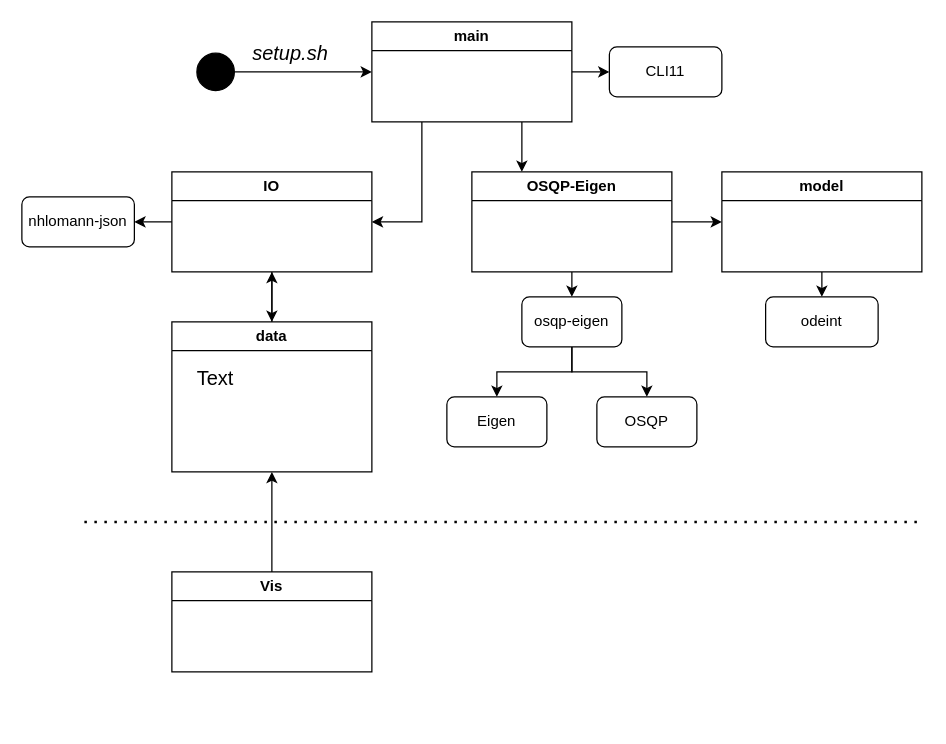
This is fig/module_diagram.drawio from gotvinne/Light-weight-MPC, a draw.io file, before an edit. Source tidied: cells renumbered, new cells numbered last; positions are measured from the earlier drawing's top-left corner, leaving out a move shared by most shapes. Both pictures are drawn from the tidied source at 125%, with x=0, y=0 at pixel (21, 21).
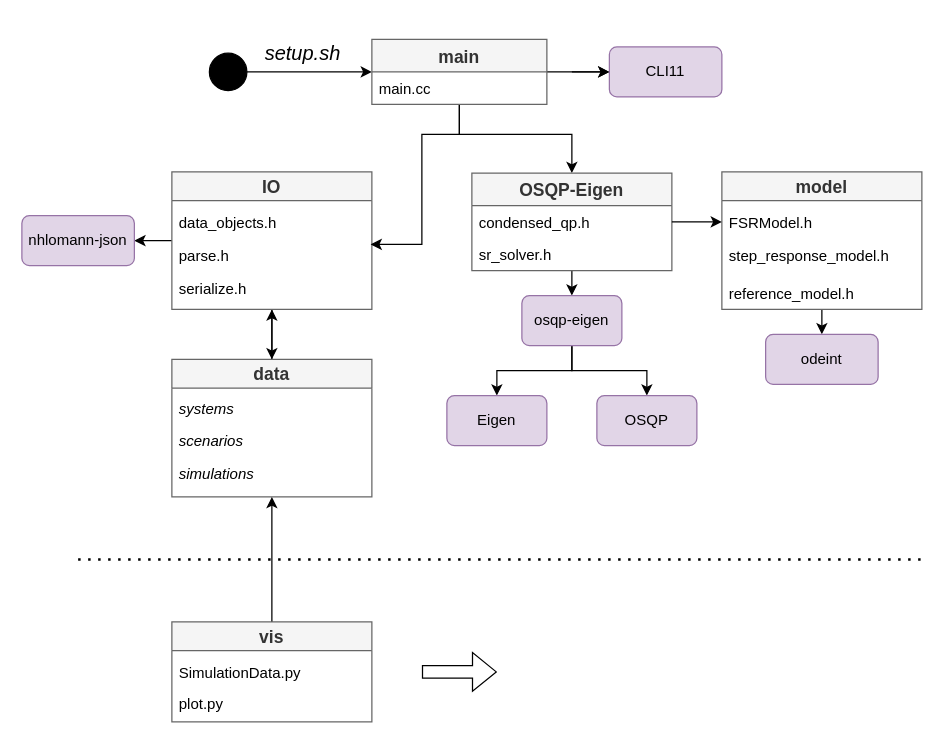
The same diagram, later.

Change to the diagram source:
```diff
@@
-    <mxCell id="3" value="data" style="swimlane;whiteSpace=wrap;html=1;" parent="1" vertex="1">
-      <mxGeometry x="120" y="240" width="160" height="120" as="geometry" />
+    <mxCell id="3" value="&lt;font style=&quot;font-size: 14px;&quot;&gt;data&lt;/font&gt;" style="swimlane;whiteSpace=wrap;html=1;fillColor=#f5f5f5;fontColor=#333333;strokeColor=#666666;" parent="1" vertex="1">
+      <mxGeometry x="120" y="270" width="160" height="110" as="geometry" />
     </mxCell>
-    <mxCell id="4" value="Text" style="text;html=1;strokeColor=none;fillColor=none;align=center;verticalAlign=middle;whiteSpace=wrap;rounded=0;fontSize=16;" parent="3" vertex="1">
-      <mxGeometry x="5" y="30" width="60" height="30" as="geometry" />
-    </mxCell>
+    <mxCell id="31" value="systems" style="text;strokeColor=none;fillColor=none;align=left;verticalAlign=top;spacingLeft=4;spacingRight=4;overflow=hidden;fontSize=12;fontStyle=2;" parent="3" vertex="1">
+      <mxGeometry y="26" width="160" height="26" as="geometry" />
+    </mxCell>
+    <mxCell id="32" value="scenarios" style="text;strokeColor=none;fillColor=none;align=left;verticalAlign=top;spacingLeft=4;spacingRight=4;overflow=hidden;fontSize=12;fontStyle=2;" parent="3" vertex="1">
+      <mxGeometry y="52" width="160" height="26" as="geometry" />
+    </mxCell>
+    <mxCell id="33" value="simulations" style="text;strokeColor=none;fillColor=none;align=left;verticalAlign=top;spacingLeft=4;spacingRight=4;overflow=hidden;fontSize=12;fontStyle=2;" parent="3" vertex="1">
+      <mxGeometry y="78" width="160" height="26" as="geometry" />
+    </mxCell>
@@
-    <mxCell id="7" value="IO" style="swimlane;whiteSpace=wrap;html=1;" parent="1" vertex="1">
-      <mxGeometry x="120" y="120" width="160" height="80" as="geometry" />
+    <mxCell id="7" value="&lt;font style=&quot;font-size: 14px;&quot;&gt;IO&lt;/font&gt;" style="swimlane;whiteSpace=wrap;html=1;fillColor=#f5f5f5;fontColor=#333333;strokeColor=#666666;" parent="1" vertex="1">
+      <mxGeometry x="120" y="120" width="160" height="110" as="geometry" />
     </mxCell>
+    <mxCell id="34" value="data_objects.h" style="text;strokeColor=none;fillColor=none;align=left;verticalAlign=top;spacingLeft=4;spacingRight=4;overflow=hidden;fontSize=12;" parent="7" vertex="1">
+      <mxGeometry y="27" width="160" height="26" as="geometry" />
+    </mxCell>
+    <mxCell id="35" value="parse.h&#10;" style="text;strokeColor=none;fillColor=none;align=left;verticalAlign=top;spacingLeft=4;spacingRight=4;overflow=hidden;points=[[0,0.5],[1,0.5]];portConstraint=eastwest;fontSize=12;" parent="7" vertex="1">
+      <mxGeometry y="54" width="160" height="26" as="geometry" />
+    </mxCell>
+    <mxCell id="36" value="serialize.h" style="text;strokeColor=none;fillColor=none;align=left;verticalAlign=top;spacingLeft=4;spacingRight=4;overflow=hidden;fontSize=12;" parent="7" vertex="1">
+      <mxGeometry y="80" width="160" height="26" as="geometry" />
+    </mxCell>
@@
-    <mxCell id="9" value="Vis" style="swimlane;whiteSpace=wrap;html=1;" parent="1" vertex="1">
-      <mxGeometry x="120" y="440" width="160" height="80" as="geometry" />
+    <mxCell id="9" value="&lt;font style=&quot;font-size: 14px;&quot;&gt;vis&lt;/font&gt;" style="swimlane;whiteSpace=wrap;html=1;fillColor=#f5f5f5;fontColor=#333333;strokeColor=#666666;" parent="1" vertex="1">
+      <mxGeometry x="120" y="480" width="160" height="80" as="geometry" />
     </mxCell>
-    <mxCell id="10" style="edgeStyle=orthogonalEdgeStyle;rounded=0;jettySize=auto;html=1;exitX=1;exitY=0.5;exitDx=0;exitDy=0;entryX=0;entryY=0.5;entryDx=0;entryDy=0;fontSize=16;" parent="1" edge="1" source="12" target="14">
-      <mxGeometry relative="1" as="geometry" />
-    </mxCell>
+    <mxCell id="37" value="SimulationData.py" style="text;strokeColor=none;fillColor=none;align=left;verticalAlign=top;spacingLeft=4;spacingRight=4;overflow=hidden;fontSize=12;" parent="9" vertex="1">
+      <mxGeometry y="27" width="160" height="26" as="geometry" />
+    </mxCell>
+    <mxCell id="38" value="plot.py" style="text;strokeColor=none;fillColor=none;align=left;verticalAlign=top;spacingLeft=4;spacingRight=4;overflow=hidden;fontSize=12;" parent="9" vertex="1">
+      <mxGeometry y="52" width="160" height="26" as="geometry" />
+    </mxCell>
-    <mxCell id="11" style="edgeStyle=orthogonalEdgeStyle;rounded=0;jettySize=auto;html=1;exitX=0.5;exitY=1;exitDx=0;exitDy=0;entryX=0.5;entryY=0;entryDx=0;entryDy=0;fontSize=16;" parent="1" edge="1" source="12" target="18">
-      <mxGeometry relative="1" as="geometry" />
+    <mxCell id="11" style="edgeStyle=orthogonalEdgeStyle;rounded=0;jettySize=auto;html=1;exitX=0.5;exitY=1;exitDx=0;exitDy=0;entryX=0.5;entryY=0;entryDx=0;entryDy=0;fontSize=16;" parent="1" edge="1" target="18">
+      <mxGeometry relative="1" as="geometry">
+        <mxPoint x="440" y="199" as="sourcePoint" />
+      </mxGeometry>
     </mxCell>
-    <mxCell id="12" value="OSQP-Eigen" style="swimlane;whiteSpace=wrap;html=1;" parent="1" vertex="1">
-      <mxGeometry x="360" y="120" width="160" height="80" as="geometry" />
-    </mxCell>
@@
-    <mxCell id="14" value="model" style="swimlane;whiteSpace=wrap;html=1;" parent="1" vertex="1">
-      <mxGeometry x="560" y="120" width="160" height="80" as="geometry" />
+    <mxCell id="14" value="&lt;font style=&quot;font-size: 14px;&quot;&gt;model&lt;/font&gt;" style="swimlane;whiteSpace=wrap;html=1;fillColor=#f5f5f5;fontColor=#333333;strokeColor=#666666;" parent="1" vertex="1">
+      <mxGeometry x="560" y="120" width="160" height="110" as="geometry" />
     </mxCell>
+    <mxCell id="39" value="FSRModel.h" style="text;strokeColor=none;fillColor=none;align=left;verticalAlign=top;spacingLeft=4;spacingRight=4;overflow=hidden;points=[[0,0.5],[1,0.5]];portConstraint=eastwest;fontSize=12;" parent="14" vertex="1">
+      <mxGeometry y="27" width="160" height="26" as="geometry" />
+    </mxCell>
+    <mxCell id="40" value="step_response_model.h" style="text;strokeColor=none;fillColor=none;align=left;verticalAlign=top;spacingLeft=4;spacingRight=4;overflow=hidden;fontSize=12;" parent="14" vertex="1">
+      <mxGeometry y="54" width="160" height="26" as="geometry" />
+    </mxCell>
+    <mxCell id="41" value="reference_model.h" style="text;strokeColor=none;fillColor=none;align=left;verticalAlign=top;spacingLeft=4;spacingRight=4;overflow=hidden;fontSize=12;" parent="14" vertex="1">
+      <mxGeometry y="84" width="160" height="26" as="geometry" />
+    </mxCell>
-    <mxCell id="15" value="nhlomann-json" style="rounded=1;whiteSpace=wrap;html=1;" parent="1" vertex="1">
-      <mxGeometry y="140" width="90" height="40" as="geometry" />
+    <mxCell id="15" value="nhlomann-json" style="rounded=1;whiteSpace=wrap;html=1;fillColor=#e1d5e7;strokeColor=#9673a6;" parent="1" vertex="1">
+      <mxGeometry y="155" width="90" height="40" as="geometry" />
     </mxCell>
@@
-    <mxCell id="18" value="osqp-eigen" style="rounded=1;whiteSpace=wrap;html=1;" parent="1" vertex="1">
-      <mxGeometry x="400" y="220" width="80" height="40" as="geometry" />
+    <mxCell id="18" value="osqp-eigen" style="rounded=1;whiteSpace=wrap;html=1;fillColor=#e1d5e7;strokeColor=#9673a6;" parent="1" vertex="1">
+      <mxGeometry x="400" y="219" width="80" height="40" as="geometry" />
     </mxCell>
-    <mxCell id="19" value="OSQP" style="rounded=1;whiteSpace=wrap;html=1;" parent="1" vertex="1">
-      <mxGeometry x="460" y="300" width="80" height="40" as="geometry" />
+    <mxCell id="19" value="OSQP" style="rounded=1;whiteSpace=wrap;html=1;fillColor=#e1d5e7;strokeColor=#9673a6;" parent="1" vertex="1">
+      <mxGeometry x="460" y="299" width="80" height="40" as="geometry" />
     </mxCell>
-    <mxCell id="20" value="Eigen" style="rounded=1;whiteSpace=wrap;html=1;" parent="1" vertex="1">
-      <mxGeometry x="340" y="300" width="80" height="40" as="geometry" />
+    <mxCell id="20" value="Eigen" style="rounded=1;whiteSpace=wrap;html=1;fillColor=#e1d5e7;strokeColor=#9673a6;" parent="1" vertex="1">
+      <mxGeometry x="340" y="299" width="80" height="40" as="geometry" />
     </mxCell>
-    <mxCell id="21" style="edgeStyle=orthogonalEdgeStyle;rounded=0;jettySize=auto;html=1;exitX=0.25;exitY=1;exitDx=0;exitDy=0;entryX=1;entryY=0.5;entryDx=0;entryDy=0;fontSize=16;" parent="1" edge="1" source="24" target="7">
-      <mxGeometry relative="1" as="geometry" />
-    </mxCell>
-    <mxCell id="22" style="edgeStyle=orthogonalEdgeStyle;rounded=0;jettySize=auto;html=1;exitX=0.75;exitY=1;exitDx=0;exitDy=0;entryX=0.25;entryY=0;entryDx=0;entryDy=0;fontSize=16;" parent="1" edge="1" source="24" target="12">
-      <mxGeometry relative="1" as="geometry" />
-    </mxCell>
-    <mxCell id="23" style="edgeStyle=orthogonalEdgeStyle;rounded=0;jettySize=auto;html=1;exitX=1;exitY=0.5;exitDx=0;exitDy=0;entryX=0;entryY=0.5;entryDx=0;entryDy=0;fontSize=16;" parent="1" edge="1" source="24" target="28">
-      <mxGeometry relative="1" as="geometry" />
+    <mxCell id="23" style="edgeStyle=orthogonalEdgeStyle;rounded=0;jettySize=auto;html=1;exitX=1;exitY=0.5;exitDx=0;exitDy=0;entryX=0;entryY=0.5;entryDx=0;entryDy=0;fontSize=16;" parent="1" edge="1" target="28">
+      <mxGeometry relative="1" as="geometry">
+        <mxPoint x="440" y="40" as="sourcePoint" />
+      </mxGeometry>
     </mxCell>
-    <mxCell id="24" value="main" style="swimlane;whiteSpace=wrap;html=1;" parent="1" vertex="1">
-      <mxGeometry x="280" width="160" height="80" as="geometry" />
-    </mxCell>
     <mxCell id="25" style="ellipse;whiteSpace=wrap;html=1;fillColor=#000000;" parent="1" vertex="1">
-      <mxGeometry x="140" y="25" width="30" height="30" as="geometry" />
+      <mxGeometry x="150" y="25" width="30" height="30" as="geometry" />
     </mxCell>
-    <mxCell id="26" style="endArrow=classic;html=1;rounded=0;exitX=1;exitY=0.5;exitDx=0;exitDy=0;entryX=0;entryY=0.5;entryDx=0;entryDy=0;" parent="1" edge="1" source="25" target="24">
-      <mxGeometry relative="1" as="geometry" />
+    <mxCell id="26" style="endArrow=classic;html=1;rounded=0;exitX=1;exitY=0.5;exitDx=0;exitDy=0;entryX=0;entryY=0.5;entryDx=0;entryDy=0;" parent="1" edge="1" source="25">
+      <mxGeometry relative="1" as="geometry">
+        <mxPoint x="280" y="40" as="targetPoint" />
+      </mxGeometry>
     </mxCell>
     <mxCell id="27" value="&lt;i&gt;&lt;font style=&quot;font-size: 16px;&quot;&gt;setup.sh&lt;/font&gt;&lt;/i&gt;" style="text;html=1;strokeColor=none;fillColor=none;align=center;verticalAlign=middle;whiteSpace=wrap;rounded=0;" parent="1" vertex="1">
-      <mxGeometry x="180" y="10" width="70" height="30" as="geometry" />
+      <mxGeometry x="190" y="10" width="70" height="30" as="geometry" />
     </mxCell>
-    <mxCell id="28" value="CLI11" style="rounded=1;whiteSpace=wrap;html=1;" parent="1" vertex="1">
+    <mxCell id="28" value="CLI11" style="rounded=1;whiteSpace=wrap;html=1;fillColor=#e1d5e7;strokeColor=#9673a6;" parent="1" vertex="1">
       <mxGeometry x="470" y="20" width="90" height="40" as="geometry" />
     </mxCell>
-    <mxCell id="29" value="odeint" style="rounded=1;whiteSpace=wrap;html=1;" parent="1" vertex="1">
-      <mxGeometry x="595" y="220" width="90" height="40" as="geometry" />
+    <mxCell id="29" value="odeint" style="rounded=1;whiteSpace=wrap;html=1;fillColor=#e1d5e7;strokeColor=#9673a6;" parent="1" vertex="1">
+      <mxGeometry x="595" y="250" width="90" height="40" as="geometry" />
     </mxCell>
     <mxCell id="30" style="endArrow=none;dashed=1;html=1;dashPattern=1 3;strokeWidth=2;rounded=0;fontSize=16;" parent="1" edge="1">
       <mxGeometry relative="1" as="geometry">
-        <mxPoint x="50" y="400" as="sourcePoint" />
-        <mxPoint x="720" y="400" as="targetPoint" />
+        <mxPoint x="45" y="430" as="sourcePoint" />
+        <mxPoint x="720" y="430" as="targetPoint" />
       </mxGeometry>
     </mxCell>
+    <mxCell id="42" style="edgeStyle=orthogonalEdgeStyle;rounded=0;jettySize=auto;html=1;exitX=1;exitY=0.5;exitDx=0;exitDy=0;fontSize=16;" parent="1" edge="1" source="24">
+      <mxGeometry relative="1" as="geometry">
+        <mxPoint x="470" y="40" as="targetPoint" />
+      </mxGeometry>
+    </mxCell>
+    <mxCell id="22" style="edgeStyle=orthogonalEdgeStyle;rounded=0;jettySize=auto;html=1;exitX=0.5;exitY=1;exitDx=0;exitDy=0;entryX=0.5;entryY=0;entryDx=0;entryDy=0;fontSize=12;" parent="1" edge="1" source="24" target="12">
+      <mxGeometry relative="1" as="geometry">
+        <Array as="points">
+          <mxPoint x="350" y="90" />
+          <mxPoint x="440" y="90" />
+        </Array>
+      </mxGeometry>
+    </mxCell>
+    <mxCell id="43" style="edgeStyle=orthogonalEdgeStyle;rounded=0;jettySize=auto;html=1;exitX=0.5;exitY=1;exitDx=0;exitDy=0;entryX=0.994;entryY=0.154;entryDx=0;entryDy=0;entryPerimeter=0;fontSize=12;" parent="1" edge="1" source="24" target="35">
+      <mxGeometry relative="1" as="geometry">
+        <Array as="points">
+          <mxPoint x="350" y="90" />
+          <mxPoint x="320" y="90" />
+          <mxPoint x="320" y="178" />
+        </Array>
+      </mxGeometry>
+    </mxCell>
+    <mxCell id="24" value="main" style="swimlane;fontStyle=1;horizontal=1;startSize=26;fillColor=#f5f5f5;fontSize=14;fontColor=#333333;strokeColor=#666666;" parent="1" vertex="1">
+      <mxGeometry x="280" y="14" width="140" height="52" as="geometry" />
+    </mxCell>
+    <mxCell id="44" value="main.cc" style="text;strokeColor=none;fillColor=none;align=left;verticalAlign=top;spacingLeft=4;spacingRight=4;overflow=hidden;fontSize=12;" parent="24" vertex="1">
+      <mxGeometry y="26" width="140" height="26" as="geometry" />
+    </mxCell>
+    <mxCell id="12" value="OSQP-Eigen" style="swimlane;fontStyle=1;horizontal=1;startSize=26;fillColor=#f5f5f5;fontSize=14;fontColor=#333333;strokeColor=#666666;" parent="1" vertex="1">
+      <mxGeometry x="360" y="121" width="160" height="78" as="geometry" />
+    </mxCell>
+    <mxCell id="45" value="condensed_qp.h" style="text;strokeColor=none;fillColor=none;align=left;verticalAlign=top;spacingLeft=4;spacingRight=4;overflow=hidden;points=[[0,0.5],[1,0.5]];portConstraint=eastwest;fontSize=12;" parent="12" vertex="1">
+      <mxGeometry y="26" width="160" height="26" as="geometry" />
+    </mxCell>
+    <mxCell id="46" value="sr_solver.h" style="text;strokeColor=none;fillColor=none;align=left;verticalAlign=top;spacingLeft=4;spacingRight=4;overflow=hidden;fontSize=12;" parent="12" vertex="1">
+      <mxGeometry y="52" width="160" height="26" as="geometry" />
+    </mxCell>
+    <mxCell id="47" style="edgeStyle=orthogonalEdgeStyle;rounded=0;jettySize=auto;html=1;exitX=1;exitY=0.5;exitDx=0;exitDy=0;entryX=0;entryY=0.5;entryDx=0;entryDy=0;fontSize=12;" parent="1" edge="1" source="45" target="39">
+      <mxGeometry relative="1" as="geometry" />
+    </mxCell>
+    <mxCell id="48" style="shape=flexArrow;endArrow=classic;html=1;rounded=0;fontSize=12;" parent="1" edge="1">
+      <mxGeometry relative="1" as="geometry">
+        <mxPoint x="320" y="520" as="sourcePoint" />
+        <mxPoint x="380" y="520" as="targetPoint" />
+      </mxGeometry>
+    </mxCell>
```
